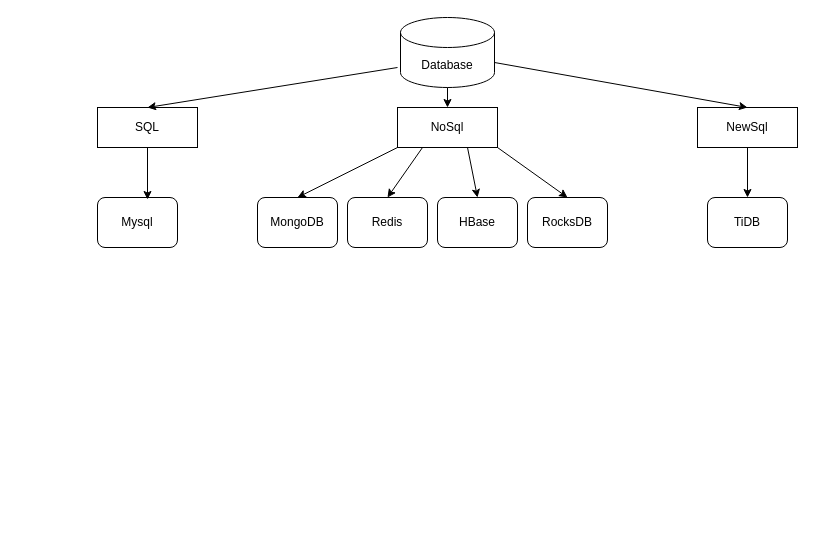
Above: DataBase.drawio in gmarcinek91/DZQCXY (draw.io), before the change. Source tidied: cells renumbered, new cells numbered last; positions are measured from the earlier drawing's top-left corner, leaving out a move shared by most shapes. Both pictures are drawn from the tidied source at 100%, with x=0, y=0 at pixel (97, 17).
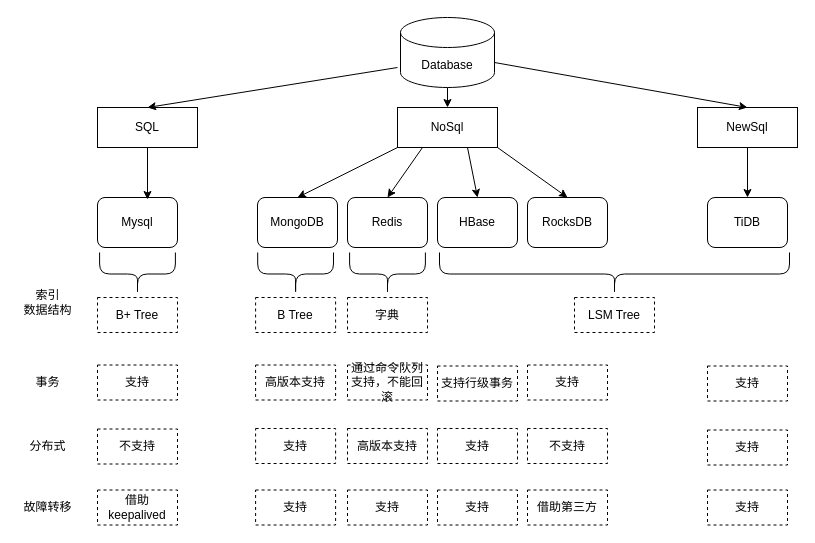
Above is the later version.

What changed in the source:
```diff
@@
+    <mxCell id="21" value="索引&lt;br&gt;数据结构" style="text;html=1;align=center;verticalAlign=middle;fillColor=none;strokeColor=none;rounded=0;" parent="1" vertex="1">
+      <mxGeometry x="-80" y="270" width="60" height="30" as="geometry" />
+    </mxCell>
+    <mxCell id="22" style="shape=curlyBracket;whiteSpace=wrap;html=1;rounded=1;flipH=1;rotation=90;" parent="1" vertex="1">
+      <mxGeometry x="495.5" y="81.5" width="43" height="350" as="geometry" />
+    </mxCell>
+    <mxCell id="23" value="LSM Tree" style="rounded=0;whiteSpace=wrap;html=1;dashed=1;" parent="1" vertex="1">
+      <mxGeometry x="477" y="280" width="80" height="35" as="geometry" />
+    </mxCell>
+    <mxCell id="24" style="shape=curlyBracket;whiteSpace=wrap;html=1;rounded=1;flipH=1;rotation=90;" parent="1" vertex="1">
+      <mxGeometry x="176.6" y="218.6" width="43" height="75.8" as="geometry" />
+    </mxCell>
+    <mxCell id="25" style="shape=curlyBracket;whiteSpace=wrap;html=1;rounded=1;flipH=1;rotation=90;" parent="1" vertex="1">
+      <mxGeometry x="268.5" y="218.6" width="43" height="75.8" as="geometry" />
+    </mxCell>
+    <mxCell id="26" style="shape=curlyBracket;whiteSpace=wrap;html=1;rounded=1;flipH=1;rotation=90;" parent="1" vertex="1">
+      <mxGeometry x="18.5" y="218.6" width="43" height="75.8" as="geometry" />
+    </mxCell>
+    <mxCell id="27" value="B+ Tree" style="rounded=0;whiteSpace=wrap;html=1;dashed=1;" parent="1" vertex="1">
+      <mxGeometry y="280" width="80" height="35" as="geometry" />
+    </mxCell>
+    <mxCell id="28" value="B Tree" style="rounded=0;whiteSpace=wrap;html=1;dashed=1;" parent="1" vertex="1">
+      <mxGeometry x="158.1" y="280" width="80" height="35" as="geometry" />
+    </mxCell>
+    <mxCell id="29" value="字典" style="rounded=0;whiteSpace=wrap;html=1;dashed=1;" parent="1" vertex="1">
+      <mxGeometry x="250" y="280" width="80" height="35" as="geometry" />
+    </mxCell>
+    <mxCell id="30" value="事务" style="text;html=1;align=center;verticalAlign=middle;fillColor=none;strokeColor=none;rounded=0;" parent="1" vertex="1">
+      <mxGeometry x="-70" y="355" width="40" height="20" as="geometry" />
+    </mxCell>
+    <mxCell id="31" value="分布式" style="text;html=1;align=center;verticalAlign=middle;fillColor=none;strokeColor=none;rounded=0;" parent="1" vertex="1">
+      <mxGeometry x="-75" y="418.5" width="50" height="20" as="geometry" />
+    </mxCell>
+    <mxCell id="32" value="故障转移" style="text;html=1;align=center;verticalAlign=middle;fillColor=none;strokeColor=none;rounded=0;" parent="1" vertex="1">
+      <mxGeometry x="-80" y="480" width="60" height="20" as="geometry" />
+    </mxCell>
+    <mxCell id="33" value="支持" style="rounded=0;whiteSpace=wrap;html=1;dashed=1;" parent="1" vertex="1">
+      <mxGeometry y="347.5" width="80" height="35" as="geometry" />
+    </mxCell>
+    <mxCell id="34" value="不支持" style="rounded=0;whiteSpace=wrap;html=1;dashed=1;" parent="1" vertex="1">
+      <mxGeometry y="411.5" width="80" height="35" as="geometry" />
+    </mxCell>
+    <mxCell id="35" value="通过命令队列支持，不能回滚" style="rounded=0;whiteSpace=wrap;html=1;dashed=1;" parent="1" vertex="1">
+      <mxGeometry x="250" y="347.5" width="80" height="35" as="geometry" />
+    </mxCell>
+    <mxCell id="36" value="支持" style="rounded=0;whiteSpace=wrap;html=1;dashed=1;" parent="1" vertex="1">
+      <mxGeometry x="610" y="348.5" width="80" height="35" as="geometry" />
+    </mxCell>
+    <mxCell id="37" value="支持" style="rounded=0;whiteSpace=wrap;html=1;dashed=1;" parent="1" vertex="1">
+      <mxGeometry x="610" y="412.5" width="80" height="35" as="geometry" />
+    </mxCell>
+    <mxCell id="38" value="支持行级事务" style="rounded=0;whiteSpace=wrap;html=1;dashed=1;" parent="1" vertex="1">
+      <mxGeometry x="340" y="348.5" width="80" height="35" as="geometry" />
+    </mxCell>
+    <mxCell id="39" value="高版本支持" style="rounded=0;whiteSpace=wrap;html=1;dashed=1;" parent="1" vertex="1">
+      <mxGeometry x="158.1" y="347.5" width="80" height="35" as="geometry" />
+    </mxCell>
+    <mxCell id="40" value="支持" style="rounded=0;whiteSpace=wrap;html=1;dashed=1;" parent="1" vertex="1">
+      <mxGeometry x="430" y="347.5" width="80" height="35" as="geometry" />
+    </mxCell>
+    <mxCell id="41" value="支持" style="rounded=0;whiteSpace=wrap;html=1;dashed=1;" parent="1" vertex="1">
+      <mxGeometry x="158.1" y="411" width="80" height="35" as="geometry" />
+    </mxCell>
+    <mxCell id="42" value="高版本支持" style="rounded=0;whiteSpace=wrap;html=1;dashed=1;" parent="1" vertex="1">
+      <mxGeometry x="250" y="411" width="80" height="35" as="geometry" />
+    </mxCell>
+    <mxCell id="43" value="支持" style="rounded=0;whiteSpace=wrap;html=1;dashed=1;" parent="1" vertex="1">
+      <mxGeometry x="340" y="411" width="80" height="35" as="geometry" />
+    </mxCell>
+    <mxCell id="44" value="不支持" style="rounded=0;whiteSpace=wrap;html=1;dashed=1;" parent="1" vertex="1">
+      <mxGeometry x="430" y="411" width="80" height="35" as="geometry" />
+    </mxCell>
+    <mxCell id="45" value="借助keepalived" style="rounded=0;whiteSpace=wrap;html=1;dashed=1;" parent="1" vertex="1">
+      <mxGeometry y="472.5" width="80" height="35" as="geometry" />
+    </mxCell>
+    <mxCell id="46" value="支持" style="rounded=0;whiteSpace=wrap;html=1;dashed=1;" parent="1" vertex="1">
+      <mxGeometry x="250" y="472.5" width="80" height="35" as="geometry" />
+    </mxCell>
+    <mxCell id="47" value="支持" style="rounded=0;whiteSpace=wrap;html=1;dashed=1;" parent="1" vertex="1">
+      <mxGeometry x="158.1" y="472.5" width="80" height="35" as="geometry" />
+    </mxCell>
+    <mxCell id="48" value="借助第三方" style="rounded=0;whiteSpace=wrap;html=1;dashed=1;" parent="1" vertex="1">
+      <mxGeometry x="430" y="472.5" width="80" height="35" as="geometry" />
+    </mxCell>
+    <mxCell id="49" value="支持" style="rounded=0;whiteSpace=wrap;html=1;dashed=1;" parent="1" vertex="1">
+      <mxGeometry x="340" y="472.5" width="80" height="35" as="geometry" />
+    </mxCell>
+    <mxCell id="50" value="支持" style="rounded=0;whiteSpace=wrap;html=1;dashed=1;" parent="1" vertex="1">
+      <mxGeometry x="610" y="472.5" width="80" height="35" as="geometry" />
+    </mxCell>
```
